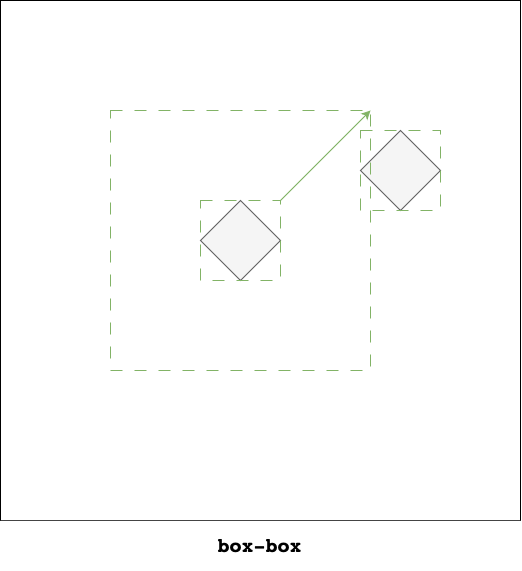
The draw.io diagram docs/images/nquery-box-box.png in TissueImageAnalytics/tiatoolbox, before a commit. Source tidied: cells renumbered, new cells last; positions are measured from the earlier drawing's top-left corner, leaving out a move shared by most shapes.
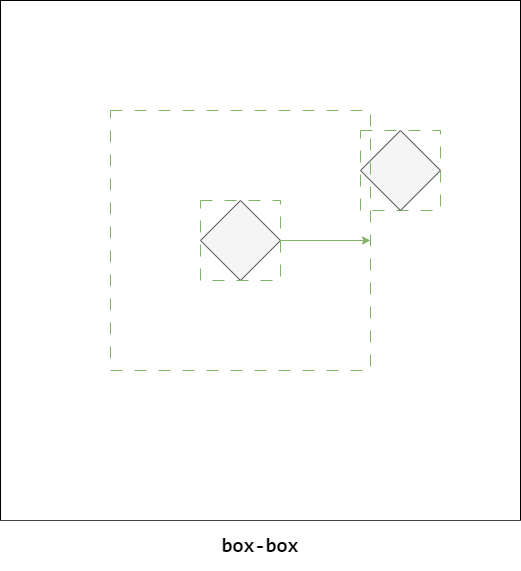
Above is the later version.

What changed in the source:
```diff
@@ -2,31 +2,29 @@
   <root>
     <mxCell id="0" />
     <mxCell id="1" parent="0" />
-    <mxCell id="2" style="rhombus;whiteSpace=wrap;html=1;fillColor=#f5f5f5;fontColor=#333333;strokeColor=#666666;rounded=0;" parent="1" vertex="1">
-      <mxGeometry x="200" y="200" width="80" height="80" as="geometry" />
+    <mxCell id="2" style="whiteSpace=wrap;html=1;fillColor=none;dashed=1;dashPattern=12 12;strokeColor=#82b366;rounded=0;" parent="1" vertex="1">
+      <mxGeometry x="360" y="130" width="80" height="80" as="geometry" />
     </mxCell>
-    <mxCell id="3" style="rounded=0;whiteSpace=wrap;html=1;fillColor=none;" parent="1" vertex="1">
-      <mxGeometry width="520" height="520" as="geometry" />
+    <mxCell id="3" style="rhombus;whiteSpace=wrap;html=1;fillColor=#f5f5f5;fontColor=#333333;strokeColor=#666666;rounded=0;" parent="1" vertex="1">
+      <mxGeometry x="200" y="200" width="80" height="80" as="geometry" />
     </mxCell>
-    <mxCell id="4" style="rhombus;whiteSpace=wrap;html=1;fillColor=#f5f5f5;strokeColor=#666666;fontColor=#333333;rounded=0;" parent="1" vertex="1">
-      <mxGeometry x="360" y="130" width="80" height="80" as="geometry" />
+    <mxCell id="4" style="rounded=0;whiteSpace=wrap;html=1;fillColor=none;" parent="1" vertex="1">
+      <mxGeometry width="520" height="520" as="geometry" />
     </mxCell>
-    <mxCell id="5" value="&lt;pre&gt;&lt;b&gt;&lt;font style=&quot;font-size: 20px;&quot;&gt;box-box&lt;/font&gt;&lt;/b&gt;&lt;/pre&gt;" style="text;html=1;strokeColor=none;fillColor=#FFFFFF88;align=center;verticalAlign=middle;whiteSpace=wrap;rounded=0;" parent="1" vertex="1">
-      <mxGeometry y="520" width="520" height="50" as="geometry" />
+    <mxCell id="5" style="rhombus;whiteSpace=wrap;html=1;fillColor=#f5f5f5;strokeColor=#666666;fontColor=#333333;rounded=0;" parent="1" vertex="1">
+      <mxGeometry x="360" y="130" width="80" height="80" as="geometry" />
     </mxCell>
-    <mxCell id="6" style="whiteSpace=wrap;html=1;fillColor=none;dashed=1;dashPattern=12 12;strokeColor=#82b366;rounded=0;" parent="1" vertex="1">
-      <mxGeometry x="200" y="200" width="80" height="80" as="geometry" />
+    <mxCell id="6" value="&lt;pre&gt;&lt;b&gt;&lt;font style=&quot;font-size: 20px;&quot;&gt;box-box&lt;/font&gt;&lt;/b&gt;&lt;/pre&gt;" style="text;html=1;strokeColor=none;fillColor=#FFFFFF88;align=center;verticalAlign=middle;whiteSpace=wrap;rounded=0;" parent="1" vertex="1">
+      <mxGeometry y="520" width="520" height="50" as="geometry" />
     </mxCell>
-    <mxCell id="7" style="endArrow=classic;html=1;rounded=0;entryX=1;entryY=0;entryDx=0;entryDy=0;fillColor=#d5e8d4;strokeColor=#82b366;" parent="1" edge="1" target="8">
-      <mxGeometry relative="1" as="geometry">
-        <mxPoint x="280" y="200" as="sourcePoint" />
-      </mxGeometry>
+    <mxCell id="7" style="endArrow=classic;html=1;rounded=0;entryX=1;entryY=0.5;entryDx=0;entryDy=0;fillColor=#d5e8d4;strokeColor=#82b366;exitX=1;exitY=0.5;exitDx=0;exitDy=0;" parent="1" edge="1" source="9" target="8">
+      <mxGeometry relative="1" as="geometry" />
     </mxCell>
     <mxCell id="8" style="whiteSpace=wrap;html=1;dashed=1;dashPattern=12 12;fillColor=none;strokeColor=#82b366;rounded=0;" parent="1" vertex="1">
       <mxGeometry x="110" y="110" width="260" height="260" as="geometry" />
     </mxCell>
     <mxCell id="9" style="whiteSpace=wrap;html=1;fillColor=none;dashed=1;dashPattern=12 12;strokeColor=#82b366;rounded=0;" parent="1" vertex="1">
-      <mxGeometry x="360" y="130" width="80" height="80" as="geometry" />
+      <mxGeometry x="200" y="200" width="80" height="80" as="geometry" />
     </mxCell>
   </root>
 </mxGraphModel>
```
